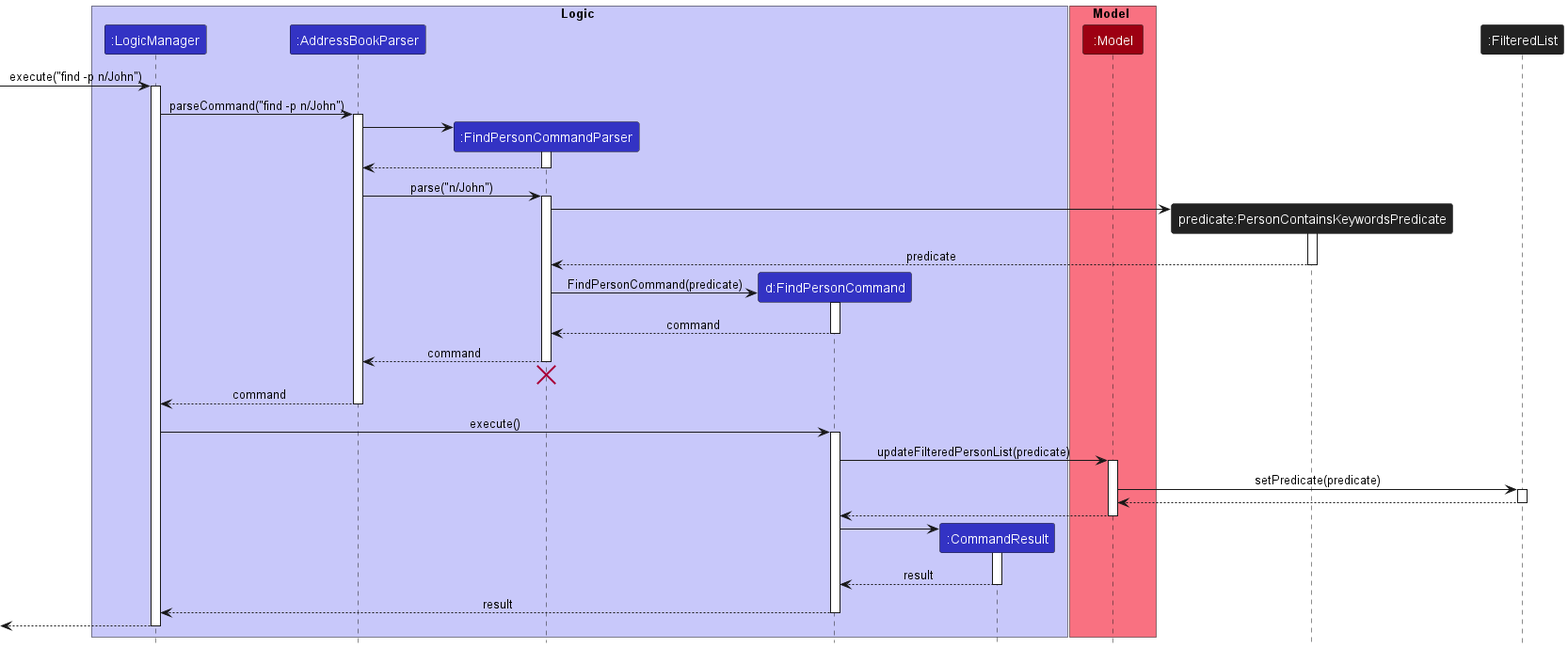
nus-cs2103-AY2223S1/tp keeps this PlantUML diagram as docs/images/FindPersonSequence.png. Above is the earlier version.
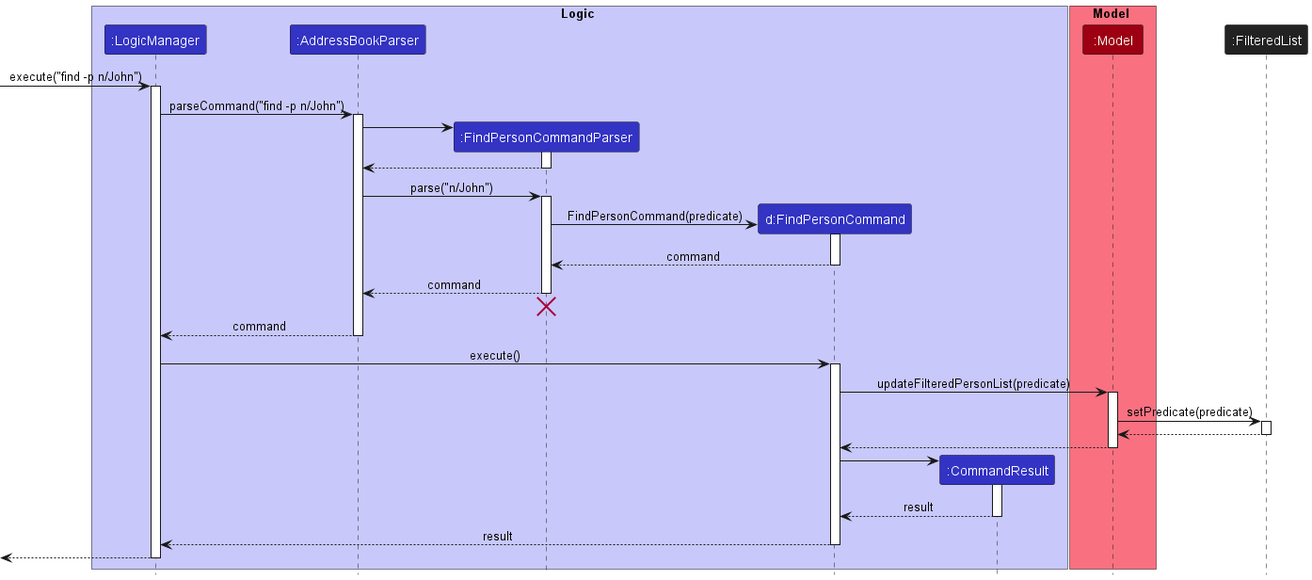
After the commit.

The edit, as a diff of the source:
```diff
@@ -13,7 +13,6 @@
 participant ":Model" as Model MODEL_COLOR
 end box
 
-participant "predicate:PersonContainsKeywordsPredicate" as PersonContainsKeywordsPredicate #222222
 participant ":FilteredList" as FilteredList #222222
 
 [-> LogicManager : execute("find -p n/John")
@@ -31,13 +30,6 @@
 
 AddressBookParser -> FindPersonCommandParser : parse("n/John")
 activate FindPersonCommandParser
-
-create PersonContainsKeywordsPredicate
-FindPersonCommandParser -> PersonContainsKeywordsPredicate
-activate PersonContainsKeywordsPredicate
-
-PersonContainsKeywordsPredicate --> FindPersonCommandParser : predicate
-deactivate PersonContainsKeywordsPredicate
 
 create FindPersonCommand
 FindPersonCommandParser -> FindPersonCommand : FindPersonCommand(predicate)
```
